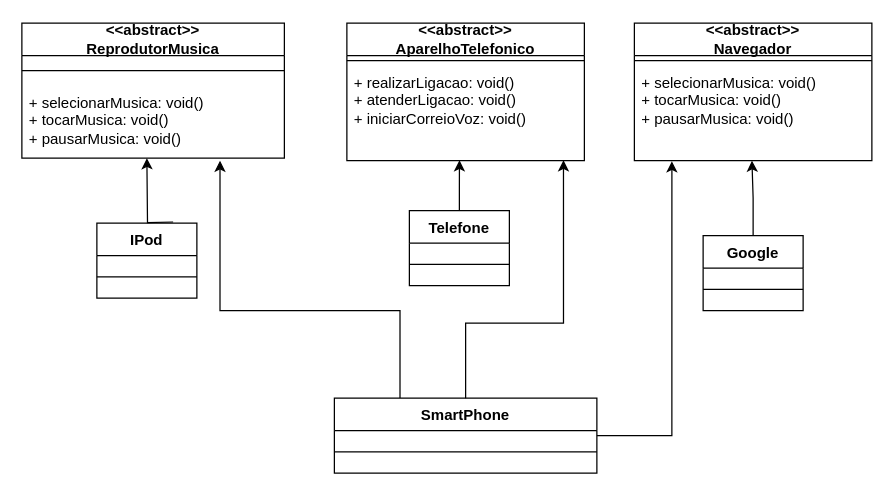
Above: desafio-controle-fluxo/Diagrama sem nome.drawio in NFranco55/dio-trilha-java-basico (draw.io), before the change. Source tidied: cells renumbered, new cells numbered last; positions are measured from the earlier drawing's top-left corner, leaving out a move shared by most shapes. Both pictures are drawn from the tidied source at 125%, with x=0, y=0 at pixel (21, 22).
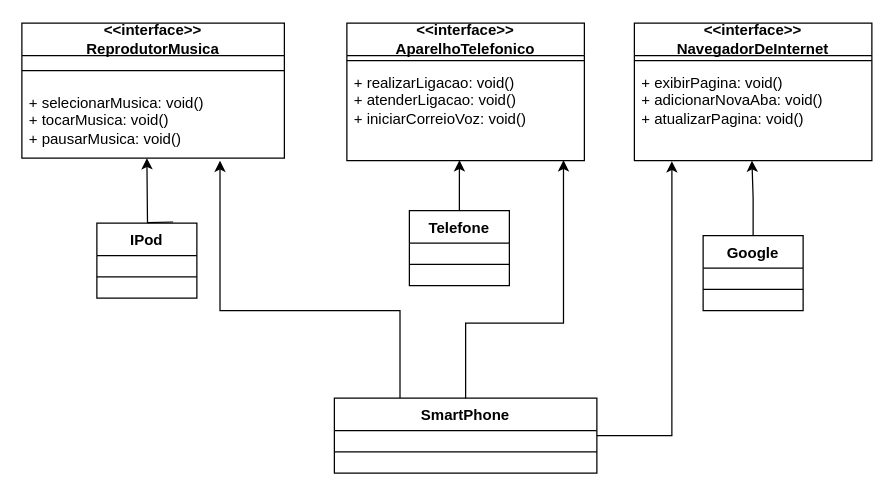
After the change.

Commit message:
Actualizar Diagrama UML_desafio.drawio

The edit, as a diff of the source:
```diff
@@
-    <mxCell id="2" value="&lt;div&gt;&amp;lt;&amp;lt;abstract&amp;gt;&amp;gt;&lt;/div&gt;&lt;div&gt;ReprodutorMusica&lt;/div&gt;" style="swimlane;fontStyle=1;align=center;verticalAlign=middle;horizontal=1;startSize=26;whiteSpace=wrap;html=1;strokeWidth=1;perimeterSpacing=2;labelPosition=center;verticalLabelPosition=middle;" parent="1" vertex="1">
+    <mxCell id="2" value="&lt;div&gt;&amp;lt;&amp;lt;interface&amp;gt;&amp;gt;&lt;/div&gt;&lt;div&gt;ReprodutorMusica&lt;/div&gt;" style="swimlane;fontStyle=1;align=center;verticalAlign=middle;horizontal=1;startSize=26;whiteSpace=wrap;html=1;strokeWidth=1;perimeterSpacing=2;labelPosition=center;verticalLabelPosition=middle;" parent="1" vertex="1">
       <mxGeometry width="210" height="108" as="geometry" />
     </mxCell>
@@
-    <mxCell id="5" value="&lt;div&gt;&amp;lt;&amp;lt;abstract&amp;gt;&amp;gt;&lt;/div&gt;&lt;div&gt;AparelhoTelefonico&lt;/div&gt;" style="swimlane;fontStyle=1;align=center;verticalAlign=middle;horizontal=1;startSize=26;whiteSpace=wrap;html=1;labelPosition=center;verticalLabelPosition=middle;" parent="1" vertex="1">
+    <mxCell id="5" value="&lt;div&gt;&amp;lt;&amp;lt;interface&amp;gt;&amp;gt;&lt;/div&gt;&lt;div&gt;AparelhoTelefonico&lt;/div&gt;" style="swimlane;fontStyle=1;align=center;verticalAlign=middle;horizontal=1;startSize=26;whiteSpace=wrap;html=1;labelPosition=center;verticalLabelPosition=middle;" parent="1" vertex="1">
       <mxGeometry x="260" width="190" height="110" as="geometry" />
     </mxCell>
@@
-    <mxCell id="8" value="&lt;div&gt;&amp;lt;&amp;lt;abstract&amp;gt;&amp;gt;&lt;/div&gt;&lt;div&gt;Navegador&lt;/div&gt;" style="swimlane;fontStyle=1;align=center;verticalAlign=middle;horizontal=1;startSize=26;whiteSpace=wrap;html=1;labelPosition=center;verticalLabelPosition=middle;" parent="1" vertex="1">
+    <mxCell id="8" value="&lt;div&gt;&amp;lt;&amp;lt;interface&amp;gt;&amp;gt;&lt;/div&gt;&lt;div&gt;NavegadorDeInternet&lt;/div&gt;" style="swimlane;fontStyle=1;align=center;verticalAlign=middle;horizontal=1;startSize=26;whiteSpace=wrap;html=1;labelPosition=center;verticalLabelPosition=middle;" parent="1" vertex="1">
       <mxGeometry x="490" width="190" height="110" as="geometry" />
     </mxCell>
@@
-    <mxCell id="10" value="&lt;div&gt;+ selecionarMusica: void()&lt;/div&gt;&lt;div&gt;+ tocarMusica: void()&lt;/div&gt;&lt;div&gt;+ pausarMusica: void()&lt;br&gt;&lt;/div&gt;" style="text;strokeColor=none;fillColor=none;align=left;verticalAlign=top;spacingLeft=4;spacingRight=4;overflow=hidden;points=[[0,0.5],[1,0.5]];portConstraint=eastwest;whiteSpace=wrap;html=1;" parent="8" vertex="1">
+    <mxCell id="10" value="&lt;div&gt;+ exibirPagina: void()&lt;/div&gt;&lt;div&gt;+ adicionarNovaAba: void()&lt;/div&gt;&lt;div&gt;+ atualizarPagina: void()&lt;br&gt;&lt;/div&gt;" style="text;strokeColor=none;fillColor=none;align=left;verticalAlign=top;spacingLeft=4;spacingRight=4;overflow=hidden;points=[[0,0.5],[1,0.5]];portConstraint=eastwest;whiteSpace=wrap;html=1;" parent="8" vertex="1">
       <mxGeometry y="34" width="190" height="76" as="geometry" />
     </mxCell>
```
